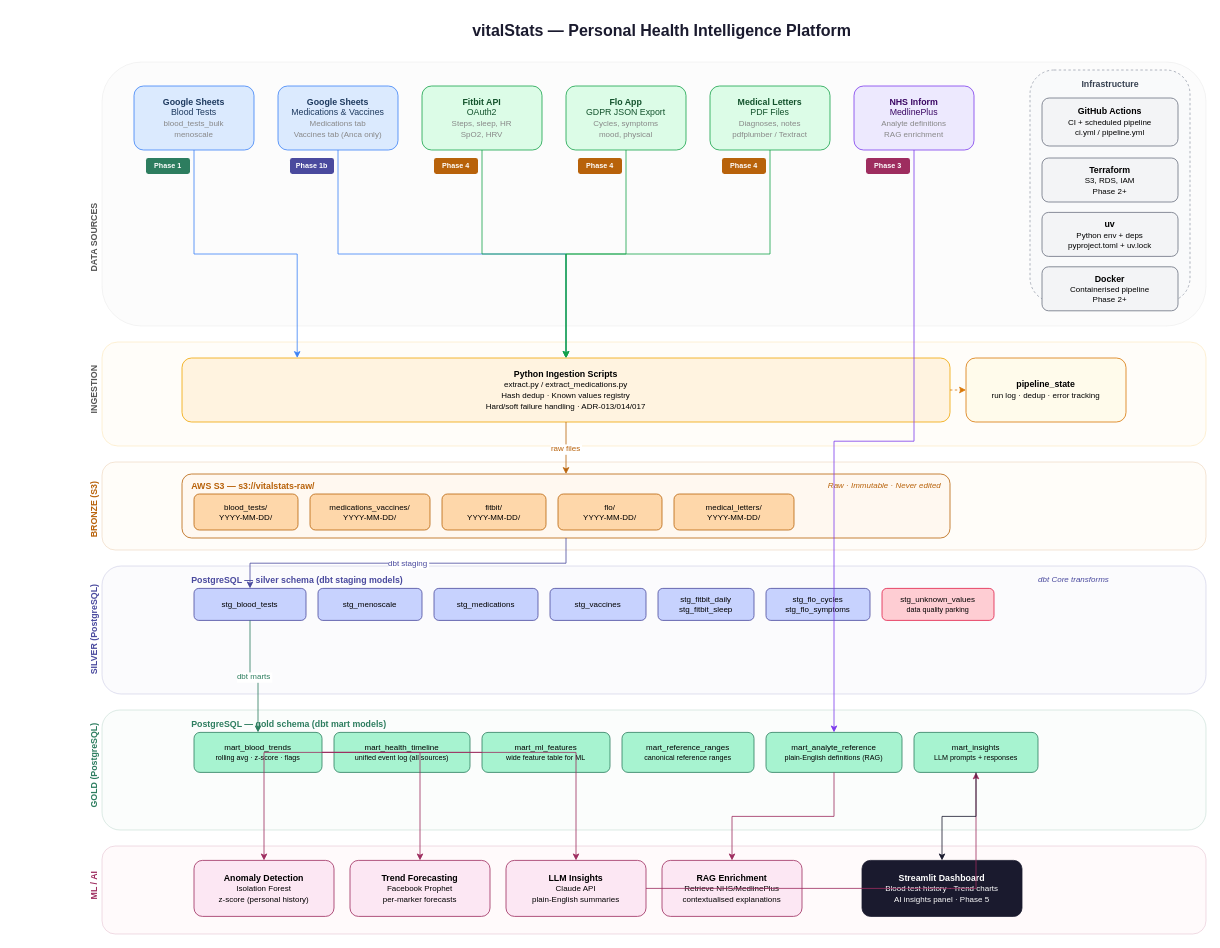
Earlier version of the draw.io diagram vitalstats-architecture.drawio (AncaIoana/vitalstats). Source tidied: cells renumbered, new cells numbered last; positions are measured from the earlier drawing's top-left corner, leaving out a move shared by most shapes. Both pictures are drawn from the tidied source at 80%, with x=0, y=0 at pixel (46, 14).
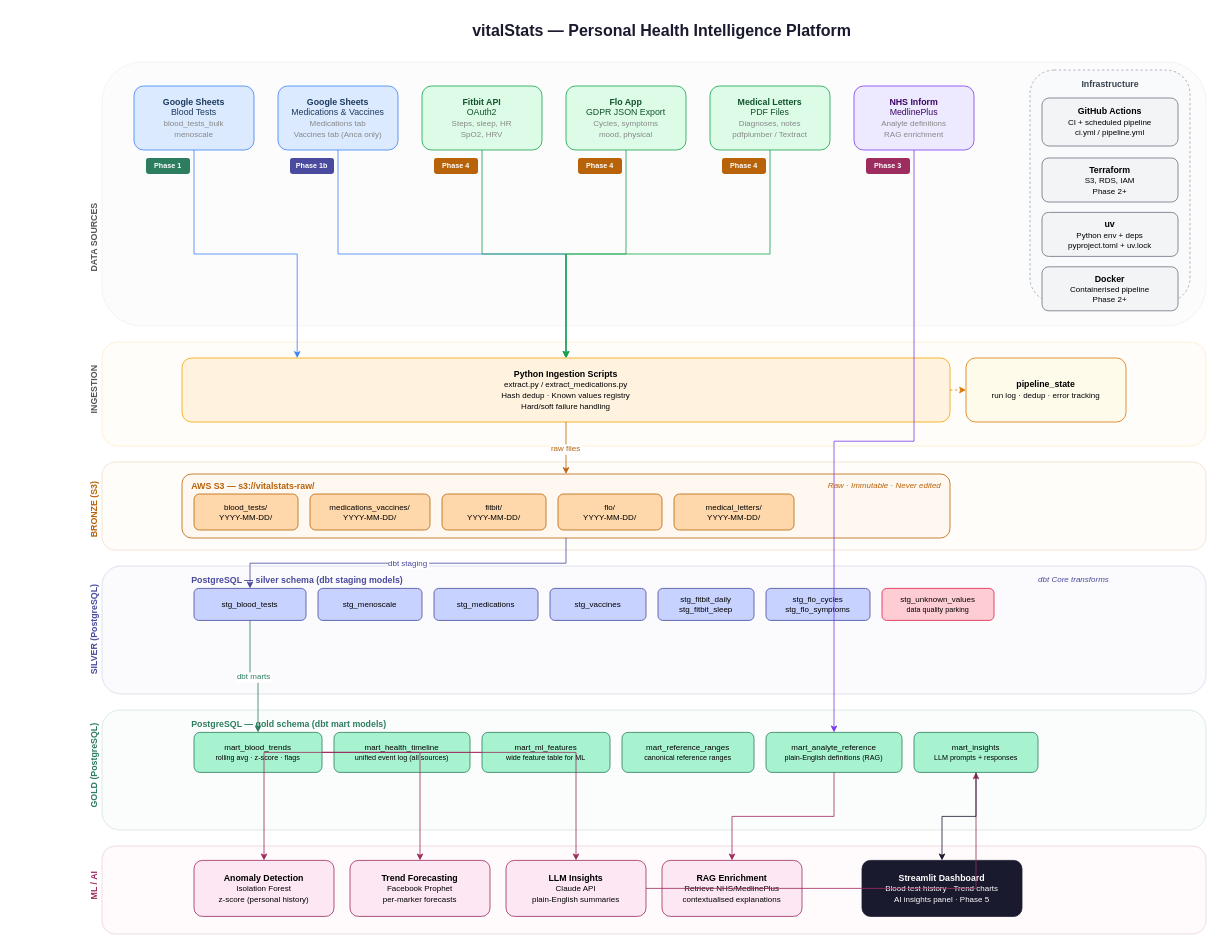
The same page after the edit.

Commit message:
docs(diagram): removed uncecessary detail from draw.io diagram

The edit, as a diff of the source:
```diff
@@
-    <mxCell id="33" value="&lt;b&gt;Python Ingestion Scripts&lt;/b&gt;&lt;br&gt;&lt;font style='font-size:10px'&gt;extract.py / extract_medications.py&lt;br&gt;Hash dedup · Known values registry&lt;br&gt;Hard/soft failure handling · ADR-013/014/017&lt;/font&gt;" style="rounded=1;whiteSpace=wrap;html=1;fillColor=#fff3e0;strokeColor=#f0a500;fontSize=11;" parent="1" vertex="1">
+    <mxCell id="33" value="&lt;b&gt;Python Ingestion Scripts&lt;/b&gt;&lt;br&gt;&lt;font style=&quot;font-size:10px&quot;&gt;extract.py / extract_medications.py&lt;br&gt;Hash dedup · Known values registry&lt;br&gt;Hard/soft failure handling&lt;/font&gt;" style="rounded=1;whiteSpace=wrap;html=1;fillColor=#fff3e0;strokeColor=#f0a500;fontSize=11;" parent="1" vertex="1">
       <mxGeometry x="170" y="430" width="960" height="80" as="geometry" />
     </mxCell>
```
